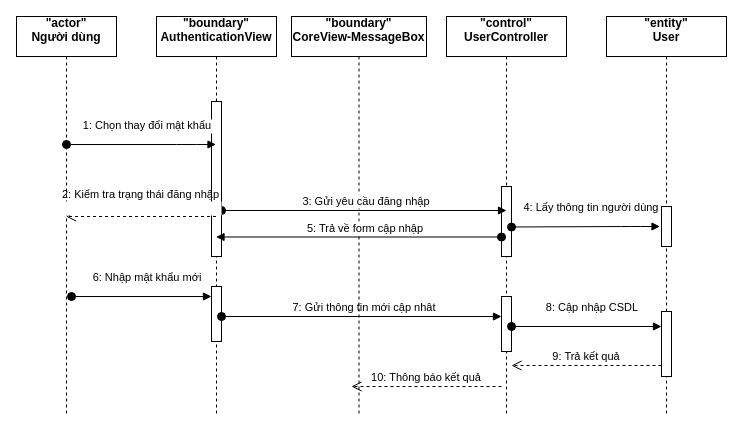
Thanh0803/ns3-project keeps this draw.io diagram as Untitled Diagram.drawio. Above is the earlier version. Source tidied: cells renumbered, new cells numbered last; positions are measured from the earlier drawing's top-left corner, leaving out a move shared by most shapes. Both pictures are drawn from the tidied source at 100%, with x=0, y=0 at pixel (16, 16).
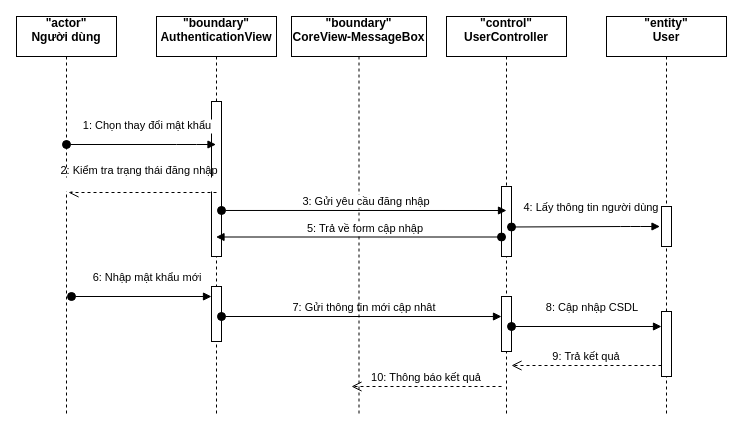
After the change.

Unchanged cells that the change refers to:
```xml
<mxCell id="2" value="&quot;actor&quot;&#10;Người dùng&#10;" style="shape=umlLifeline;perimeter=lifelinePerimeter;rounded=0;shadow=0;strokeWidth=1;fontStyle=1;" parent="1" vertex="1">
  <mxGeometry width="100" height="400" as="geometry" />
</mxCell>
<mxCell id="3" value="&quot;boundary&quot;&#10;AuthenticationView&#10;" style="shape=umlLifeline;perimeter=lifelinePerimeter;rounded=0;shadow=0;strokeWidth=1;fontStyle=1;" parent="1" vertex="1">
  <mxGeometry x="140" width="120" height="400" as="geometry" />
</mxCell>
```

What changed in the source:
```diff
@@
-    <mxCell id="22" value="2: Kiểm tra trạng thái đăng nhập&#10;" style="verticalAlign=bottom;endArrow=open;dashed=1;endSize=8;shadow=0;strokeWidth=1;" parent="1" edge="1" source="3" target="2">
-      <mxGeometry relative="1" as="geometry" />
+    <mxCell id="22" value="2: Kiểm tra trạng thái đăng nhập&#10;" style="verticalAlign=bottom;endArrow=open;dashed=1;endSize=8;shadow=0;strokeWidth=1;entryX=0.52;entryY=0.44;entryDx=0;entryDy=0;entryPerimeter=0;" parent="1" edge="1" target="2">
+      <mxGeometry x="0.06" relative="1" as="geometry">
+        <mxPoint x="200" y="176" as="sourcePoint" />
+        <mxPoint x="1" as="offset" />
+      </mxGeometry>
     </mxCell>
```
